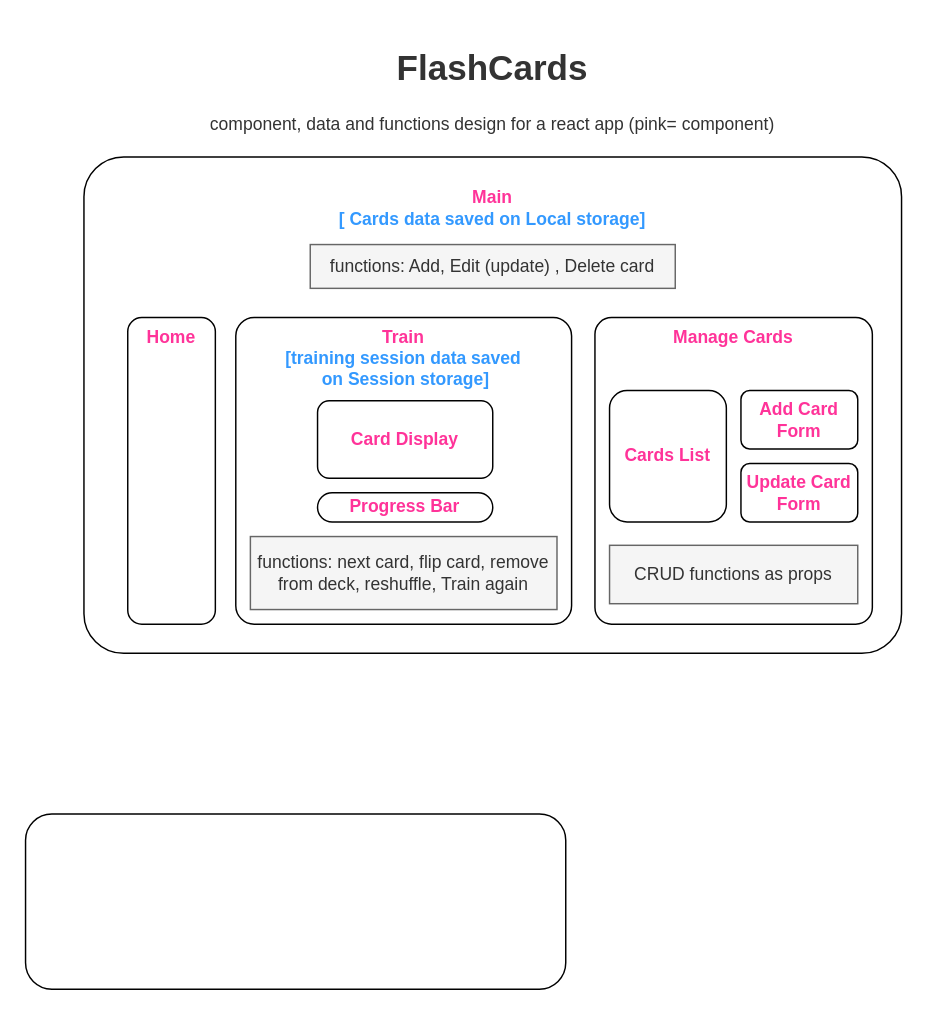
Above: src/Assets/diagram.drawio in sarit-chaet-hudis/flashcards (draw.io), before the change. Source tidied: cells renumbered, new cells numbered last; positions are measured from the earlier drawing's top-left corner, leaving out a move shared by most shapes. Both pictures are drawn from the tidied source at 146%, with x=0, y=0 at pixel (25, 39).
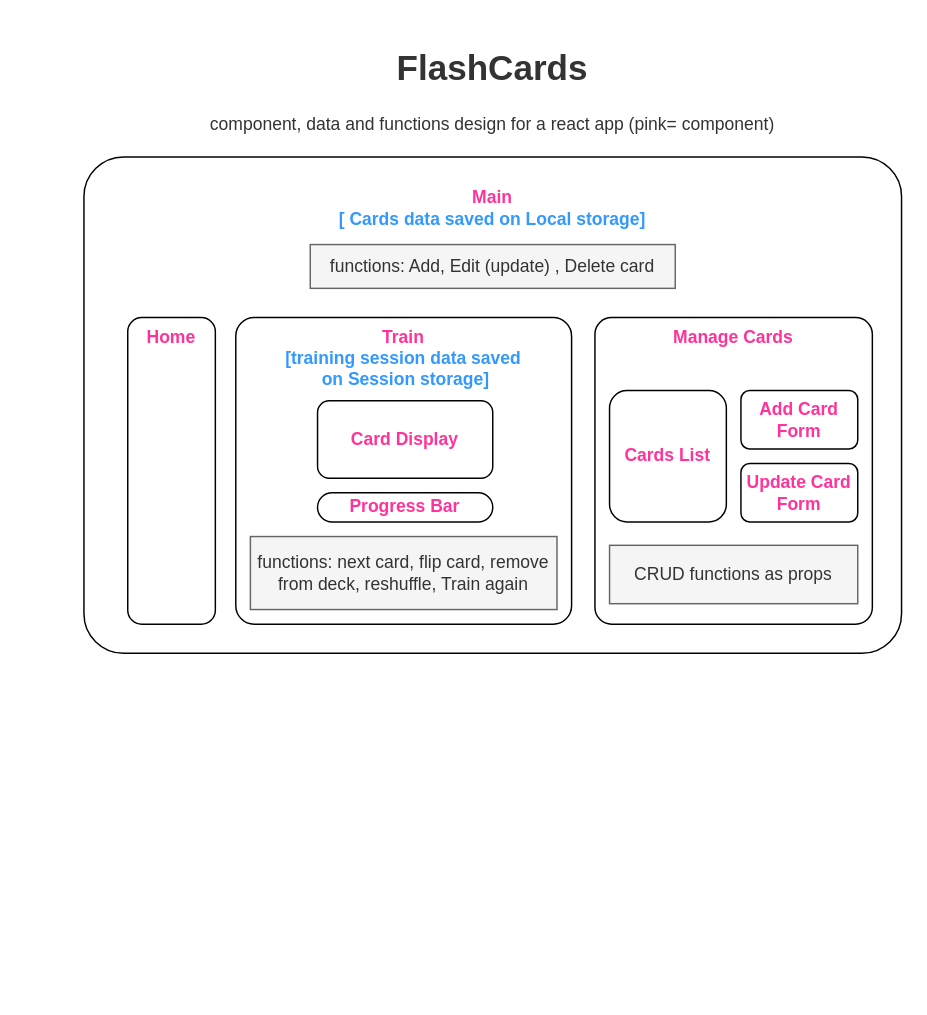
The same diagram, later.

What changed in the source:
```diff
@@
 <mxGraphModel>
   <root>
     <mxCell id="0" />
     <mxCell id="1" parent="0" />
     <mxCell id="2" value="&lt;br&gt;&lt;b&gt;&lt;font color=&quot;#ff3399&quot;&gt;Main&lt;/font&gt;&lt;br&gt;&lt;/b&gt;&lt;font color=&quot;#3399ff&quot;&gt;&lt;b&gt;[ Cards data saved on Local storage]&lt;/b&gt;&lt;/font&gt;" style="rounded=1;whiteSpace=wrap;html=1;verticalAlign=top;arcSize=8;" parent="1" vertex="1">
       <mxGeometry x="40" y="80" width="560" height="340" as="geometry" />
     </mxCell>
-    <mxCell id="3" style="rounded=1;whiteSpace=wrap;html=1;" parent="1" vertex="1">
-      <mxGeometry y="530" width="370" height="120" as="geometry" />
-    </mxCell>
     <mxCell id="4" value="&lt;b&gt;&lt;font color=&quot;#ff3399&quot;&gt;Train&lt;/font&gt;&lt;br&gt;&lt;/b&gt;&lt;font color=&quot;#3399ff&quot;&gt;&lt;b&gt;[training session data saved&lt;br&gt;&amp;nbsp;on Session storage]&lt;/b&gt;&lt;/font&gt;" style="rounded=1;whiteSpace=wrap;html=1;arcSize=6;verticalAlign=top;" parent="1" vertex="1">
       <mxGeometry x="144" y="190" width="230" height="210" as="geometry" />
     </mxCell>
     <mxCell id="5" value="&lt;b&gt;&lt;font color=&quot;#ff3399&quot;&gt;Manage Cards&lt;br&gt;&lt;/font&gt;&lt;/b&gt;" style="rounded=1;whiteSpace=wrap;html=1;arcSize=6;verticalAlign=top;" parent="1" vertex="1">
       <mxGeometry x="390" y="190" width="190" height="210" as="geometry" />
     </mxCell>
     <mxCell id="6" value="functions: Add, Edit (update) , Delete card" style="rounded=0;whiteSpace=wrap;html=1;fillColor=#f5f5f5;fontColor=#333333;strokeColor=#666666;" parent="1" vertex="1">
       <mxGeometry x="195" y="140" width="250" height="30" as="geometry" />
     </mxCell>
     <mxCell id="7" value="&lt;b&gt;&lt;font color=&quot;#ff3399&quot;&gt;Card Display&lt;/font&gt;&lt;br&gt;&lt;/b&gt;" style="rounded=1;whiteSpace=wrap;html=1;" parent="1" vertex="1">
       <mxGeometry x="200" y="247" width="120" height="53" as="geometry" />
     </mxCell>
     <mxCell id="8" value="functions: next card, flip card, remove from deck, reshuffle, Train again" style="rounded=0;whiteSpace=wrap;html=1;fillColor=#f5f5f5;fontColor=#333333;strokeColor=#666666;" parent="1" vertex="1">
       <mxGeometry x="154" y="340" width="210" height="50" as="geometry" />
     </mxCell>
     <mxCell id="9" value="CRUD functions as props" style="rounded=0;whiteSpace=wrap;html=1;fillColor=#f5f5f5;fontColor=#333333;strokeColor=#666666;" parent="1" vertex="1">
       <mxGeometry x="400" y="346" width="170" height="40" as="geometry" />
     </mxCell>
     <mxCell id="10" value="&lt;b&gt;&lt;font color=&quot;#ff3399&quot;&gt;Cards List&lt;/font&gt;&lt;/b&gt;" style="rounded=1;whiteSpace=wrap;html=1;" parent="1" vertex="1">
       <mxGeometry x="400" y="240" width="80" height="90" as="geometry" />
     </mxCell>
     <mxCell id="11" value="&lt;b&gt;&lt;font color=&quot;#ff3399&quot;&gt;Add Card Form&lt;/font&gt;&lt;/b&gt;&lt;br&gt;" style="rounded=1;whiteSpace=wrap;html=1;" parent="1" vertex="1">
       <mxGeometry x="490" y="240" width="80" height="40" as="geometry" />
     </mxCell>
     <mxCell id="12" value="&lt;b&gt;Progress Bar&lt;br&gt;&lt;/b&gt;" style="rounded=1;whiteSpace=wrap;html=1;arcSize=50;fontColor=#FF3399;" parent="1" vertex="1">
       <mxGeometry x="200" y="310" width="120" height="20" as="geometry" />
     </mxCell>
     <mxCell id="13" value="&lt;h1&gt;FlashCards&lt;/h1&gt;&lt;div&gt;component, data and functions design for a react app (pink= component)&lt;/div&gt;" style="text;html=1;strokeColor=none;fillColor=none;spacing=5;spacingTop=-20;whiteSpace=wrap;overflow=hidden;rounded=0;fontColor=#333333;align=center;" parent="1" vertex="1">
       <mxGeometry x="95" width="450" height="120" as="geometry" />
     </mxCell>
     <mxCell id="14" value="&lt;b&gt;&lt;font color=&quot;#ff3399&quot;&gt;Home&lt;/font&gt;&lt;br&gt;&lt;/b&gt;" style="rounded=1;whiteSpace=wrap;html=1;arcSize=16;verticalAlign=top;" parent="1" vertex="1">
       <mxGeometry x="70" y="190" width="60" height="210" as="geometry" />
     </mxCell>
     <mxCell id="15" value="&lt;b&gt;&lt;font color=&quot;#ff3399&quot;&gt;Update Card Form&lt;/font&gt;&lt;/b&gt;" style="rounded=1;whiteSpace=wrap;html=1;" parent="1" vertex="1">
       <mxGeometry x="490" y="290" width="80" height="40" as="geometry" />
     </mxCell>
   </root>
 </mxGraphModel>
```
